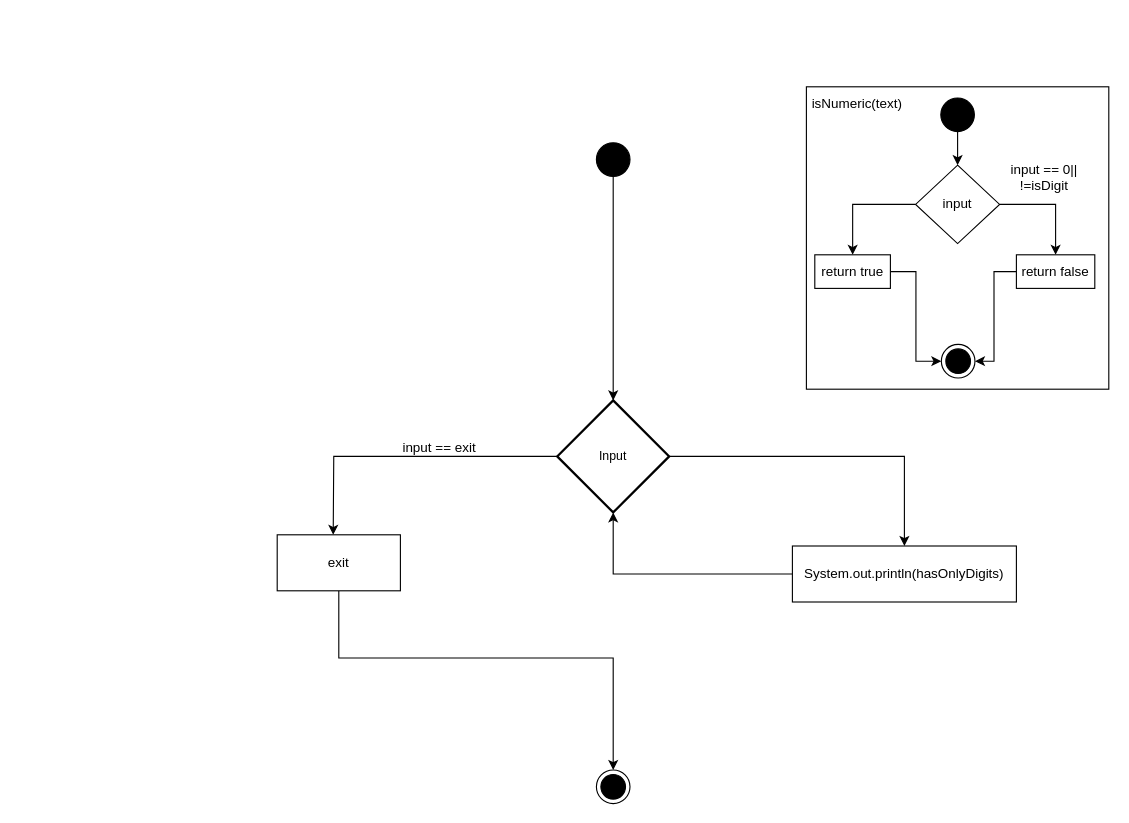
The draw.io diagram A3 Task/A3.drawio in jevshyl/Modul319, before the edit. Source tidied: cells renumbered, new cells numbered last; positions are measured from the earlier drawing's top-left corner, leaving out a move shared by most shapes. Both pictures are drawn from the tidied source at 112%, with x=0, y=0 at pixel (277, 86).
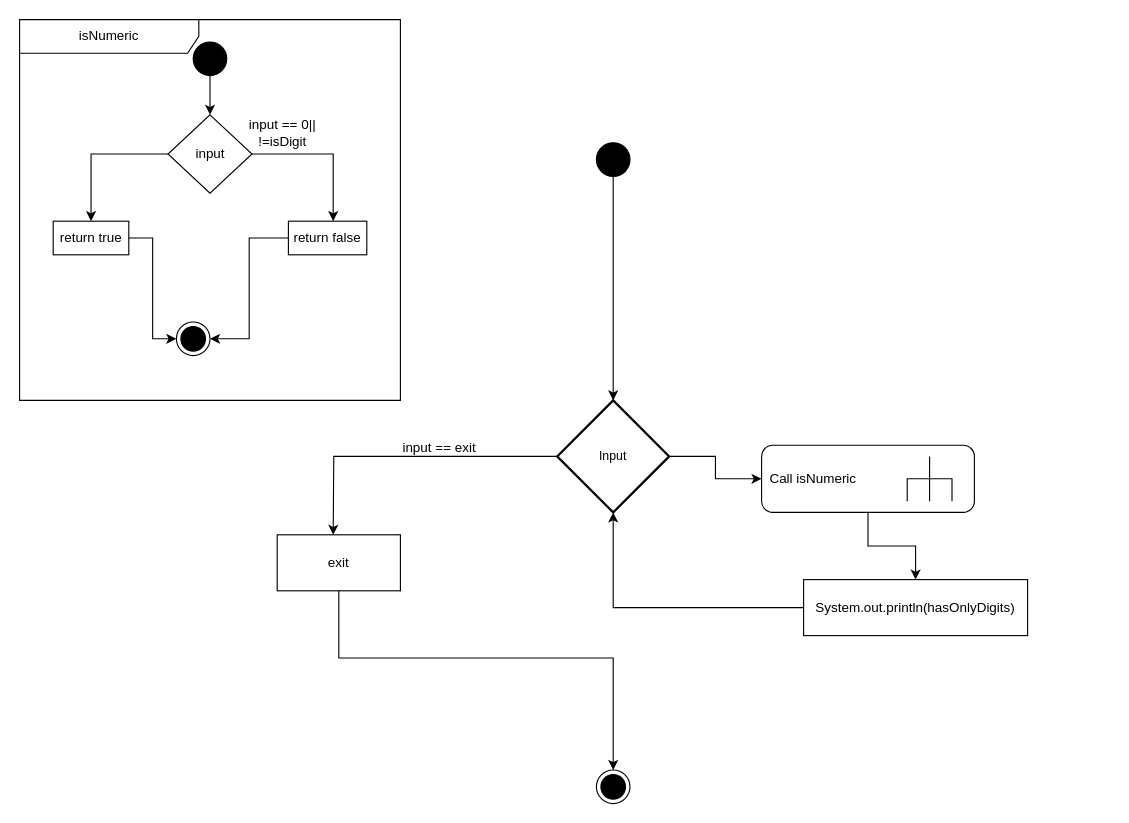
The same page after the edit.

Unchanged cells that the change refers to:
```xml
<mxCell id="8" value="&lt;div&gt;&lt;span style=&quot;font-size: 11px; background-color: initial;&quot;&gt;Input&lt;/span&gt;&lt;/div&gt;" style="strokeWidth=2;html=1;shape=mxgraph.flowchart.decision;whiteSpace=wrap;" parent="1" vertex="1">
  <mxGeometry x="250" y="280" width="100" height="100" as="geometry" />
</mxCell>
```

What changed in the source:
```diff
@@
-    <mxCell id="2" value="&lt;div&gt;&lt;br&gt;&lt;/div&gt;" style="whiteSpace=wrap;html=1;labelBackgroundColor=none;" parent="1" vertex="1">
-      <mxGeometry x="472.5" width="270" height="270" as="geometry" />
-    </mxCell>
@@
-    <mxCell id="6" style="edgeStyle=orthogonalEdgeStyle;rounded=0;jettySize=auto;html=1;entryX=0.5;entryY=0;entryDx=0;entryDy=0;" parent="1" edge="1" source="8" target="9">
-      <mxGeometry relative="1" as="geometry">
-        <Array as="points">
-          <mxPoint x="560" y="330" />
-        </Array>
-      </mxGeometry>
-    </mxCell>
@@
+    <mxCell id="26" style="edgeStyle=orthogonalEdgeStyle;rounded=0;jettySize=auto;html=1;" parent="1" edge="1" source="8" target="28">
+      <mxGeometry relative="1" as="geometry" />
+    </mxCell>
@@
     <mxCell id="9" value="System.out.println(hasOnlyDigits)" style="html=1;whiteSpace=wrap;" parent="1" vertex="1">
-      <mxGeometry x="460" y="410" width="200" height="50" as="geometry" />
+      <mxGeometry x="470" y="440" width="200" height="50" as="geometry" />
     </mxCell>
@@
-    <mxCell id="14" style="edgeStyle=orthogonalEdgeStyle;rounded=0;jettySize=auto;html=1;" parent="1" edge="1" source="16" target="18">
-      <mxGeometry relative="1" as="geometry" />
-    </mxCell>
+    <mxCell id="27" style="edgeStyle=orthogonalEdgeStyle;rounded=0;jettySize=auto;html=1;" parent="1" edge="1" source="28" target="9">
+      <mxGeometry relative="1" as="geometry" />
+    </mxCell>
+    <mxCell id="28" value="Call isNumeric" style="shape=mxgraph.uml25.behaviorAction;html=1;rounded=1;absoluteArcSize=1;arcSize=10;align=left;spacingLeft=5;whiteSpace=wrap;" parent="1" vertex="1">
+      <mxGeometry x="432.5" y="320" width="190" height="60" as="geometry" />
+    </mxCell>
+    <mxCell id="29" value="isNumeric" style="shape=umlFrame;whiteSpace=wrap;html=1;width=160;" parent="1" vertex="1">
+      <mxGeometry x="-230" y="-60" width="340" height="340" as="geometry" />
+    </mxCell>
+    <mxCell id="20" style="ellipse;fillColor=strokeColor;html=1;" parent="29" vertex="1">
+      <mxGeometry x="155" y="20" width="30" height="30" as="geometry" />
+    </mxCell>
+    <mxCell id="16" value="input" style="rhombus;whiteSpace=wrap;html=1;" parent="29" vertex="1">
+      <mxGeometry x="132.5" y="85" width="75" height="70" as="geometry" />
+    </mxCell>
+    <mxCell id="19" style="edgeStyle=orthogonalEdgeStyle;rounded=0;jettySize=auto;html=1;entryX=0.5;entryY=0;entryDx=0;entryDy=0;" parent="29" edge="1" source="20" target="16">
+      <mxGeometry relative="1" as="geometry" />
+    </mxCell>
+    <mxCell id="23" value="return true" style="whiteSpace=wrap;html=1;" parent="29" vertex="1">
+      <mxGeometry x="30" y="180" width="67.5" height="30" as="geometry" />
+    </mxCell>
-    <mxCell id="15" style="edgeStyle=orthogonalEdgeStyle;rounded=0;jettySize=auto;html=1;" parent="1" edge="1" source="16" target="23">
+    <mxCell id="15" style="edgeStyle=orthogonalEdgeStyle;rounded=0;jettySize=auto;html=1;" parent="29" edge="1" source="16" target="23">
       <mxGeometry relative="1" as="geometry" />
     </mxCell>
-    <mxCell id="16" value="input" style="rhombus;whiteSpace=wrap;html=1;" parent="1" vertex="1">
-      <mxGeometry x="570" y="70" width="75" height="70" as="geometry" />
-    </mxCell>
-    <mxCell id="17" style="edgeStyle=orthogonalEdgeStyle;rounded=0;jettySize=auto;html=1;entryX=1;entryY=0.5;entryDx=0;entryDy=0;" parent="1" edge="1" source="18" target="24">
-      <mxGeometry relative="1" as="geometry">
-        <Array as="points">
-          <mxPoint x="640" y="165" />
-          <mxPoint x="640" y="245" />
-        </Array>
-      </mxGeometry>
+    <mxCell id="17" style="edgeStyle=orthogonalEdgeStyle;rounded=0;jettySize=auto;html=1;entryX=1;entryY=0.5;entryDx=0;entryDy=0;" parent="29" edge="1" source="18" target="24">
+      <mxGeometry relative="1" as="geometry" />
     </mxCell>
-    <mxCell id="18" value="return false" style="whiteSpace=wrap;html=1;" parent="1" vertex="1">
-      <mxGeometry x="660" y="150" width="70" height="30" as="geometry" />
+    <mxCell id="18" value="return false" style="whiteSpace=wrap;html=1;" parent="29" vertex="1">
+      <mxGeometry x="240" y="180" width="70" height="30" as="geometry" />
     </mxCell>
-    <mxCell id="19" style="edgeStyle=orthogonalEdgeStyle;rounded=0;jettySize=auto;html=1;entryX=0.5;entryY=0;entryDx=0;entryDy=0;" parent="1" edge="1" source="20" target="16">
-      <mxGeometry relative="1" as="geometry" />
-    </mxCell>
-    <mxCell id="20" style="ellipse;fillColor=strokeColor;html=1;" parent="1" vertex="1">
-      <mxGeometry x="592.5" y="10" width="30" height="30" as="geometry" />
-    </mxCell>
-    <mxCell id="21" value="input == 0|| !=isDigit" style="text;html=1;align=center;verticalAlign=middle;whiteSpace=wrap;rounded=0;" parent="1" vertex="1">
-      <mxGeometry x="640" y="80" width="90" as="geometry" />
+    <mxCell id="21" value="input == 0|| !=isDigit" style="text;html=1;align=center;verticalAlign=middle;whiteSpace=wrap;rounded=0;" parent="29" vertex="1">
+      <mxGeometry x="190" y="100" width="90" as="geometry" />
     </mxCell>
+    <mxCell id="14" style="edgeStyle=orthogonalEdgeStyle;rounded=0;jettySize=auto;html=1;" parent="29" edge="1" source="16" target="18">
+      <mxGeometry relative="1" as="geometry">
+        <Array as="points">
+          <mxPoint x="280" y="120" />
+        </Array>
+      </mxGeometry>
+    </mxCell>
+    <mxCell id="24" style="ellipse;html=1;shape=endState;fillColor=strokeColor;" parent="29" vertex="1">
+      <mxGeometry x="140" y="270" width="30" height="30" as="geometry" />
+    </mxCell>
-    <mxCell id="22" style="edgeStyle=orthogonalEdgeStyle;rounded=0;jettySize=auto;html=1;entryX=0;entryY=0.5;entryDx=0;entryDy=0;" parent="1" edge="1" source="23" target="24">
+    <mxCell id="22" style="edgeStyle=orthogonalEdgeStyle;rounded=0;jettySize=auto;html=1;entryX=0;entryY=0.5;entryDx=0;entryDy=0;" parent="29" edge="1" source="23" target="24">
       <mxGeometry relative="1" as="geometry" />
     </mxCell>
-    <mxCell id="23" value="return true" style="whiteSpace=wrap;html=1;" parent="1" vertex="1">
-      <mxGeometry x="480" y="150" width="67.5" height="30" as="geometry" />
-    </mxCell>
-    <mxCell id="24" style="ellipse;html=1;shape=endState;fillColor=strokeColor;" parent="1" vertex="1">
-      <mxGeometry x="593" y="230" width="30" height="30" as="geometry" />
-    </mxCell>
-    <mxCell id="25" value="isNumeric(text)" style="text;html=1;align=center;verticalAlign=middle;whiteSpace=wrap;rounded=0;" parent="1" vertex="1">
-      <mxGeometry x="487.5" width="60" height="30" as="geometry" />
-    </mxCell>
```
